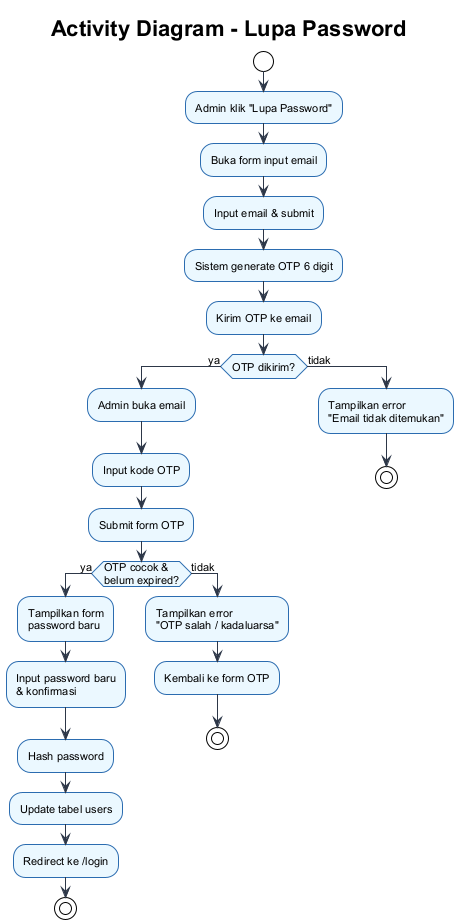
The PlantUML diagram docs/activity-diagram-lupa-password.png in riandafatur28/sidigas-gaji-sopir-truck, before a commit.
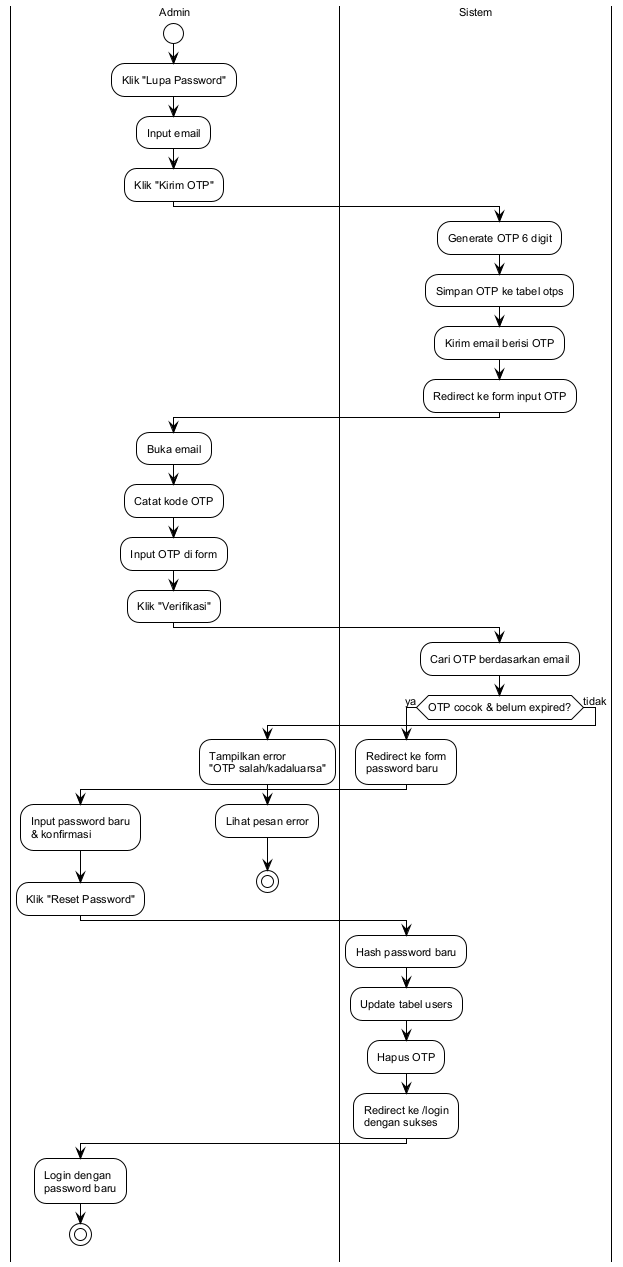
After the commit.

The edit, as a diff of the source:
```diff
@@ -3,39 +3,44 @@
 skinparam backgroundColor #ffffff
 skinparam defaultFontSize 11
 skinparam defaultFontName Arial
-skinparam activityBorderColor #2b6cb0
-skinparam activityBackgroundColor #ebf8ff
-skinparam arrowColor #2d3748
 
-title **Activity Diagram - Lupa Password**
+|Admin|
+start
+:Klik "Lupa Password";
+:Input email;
+:Klik "Kirim OTP";
 
-start
-:Admin klik "Lupa Password";
-:Buka form input email;
-:Input email & submit;
-:Sistem generate OTP 6 digit;
-:Kirim OTP ke email;
+|Sistem|
+:Generate OTP 6 digit;
+:Simpan OTP ke tabel otps;
+:Kirim email berisi OTP;
+:Redirect ke form input OTP;
 
-if (OTP dikirim?) then (ya)
-  :Admin buka email;
-  :Input kode OTP;
-  :Submit form OTP;
+|Admin|
+:Buka email;
+:Catat kode OTP;
+:Input OTP di form;
+:Klik "Verifikasi";
 
-  if (OTP cocok &\nbelum expired?) then (ya)
-    :Tampilkan form\npassword baru;
-    :Input password baru\n& konfirmasi;
-    :Hash password;
-    :Update tabel users;
-    :Redirect ke /login;
-    stop
-  else (tidak)
-    :Tampilkan error\n"OTP salah / kadaluarsa";
-    :Kembali ke form OTP;
-    stop
-  endif
-
+|Sistem|
+:Cari OTP berdasarkan email;
+if (OTP cocok & belum expired?) then (ya)
+  :Redirect ke form\npassword baru;
+  |Admin|
+  :Input password baru\n& konfirmasi;
+  :Klik "Reset Password";
+  |Sistem|
+  :Hash password baru;
+  :Update tabel users;
+  :Hapus OTP;
+  :Redirect ke /login\ndengan sukses;
+  |Admin|
+  :Login dengan\npassword baru;
+  stop
 else (tidak)
-  :Tampilkan error\n"Email tidak ditemukan";
+  :Tampilkan error\n"OTP salah/kadaluarsa";
+  |Admin|
+  :Lihat pesan error;
   stop
 endif
 
```
